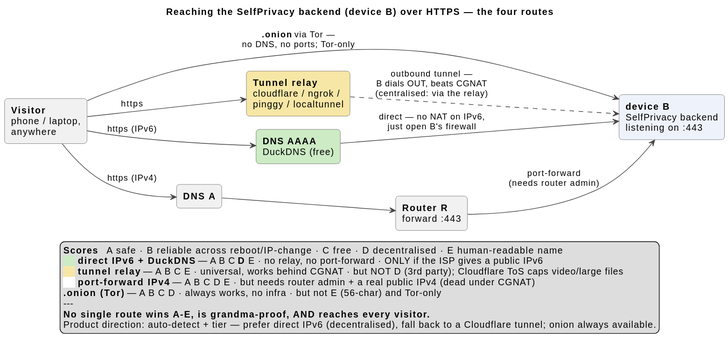
This is docs/tunneling.svg from selfprivacy-over-alternative-nets/dev-dashboard, a PlantUML export, as it was before one commit. Its source is kept beside it as docs/tunneling.puml.
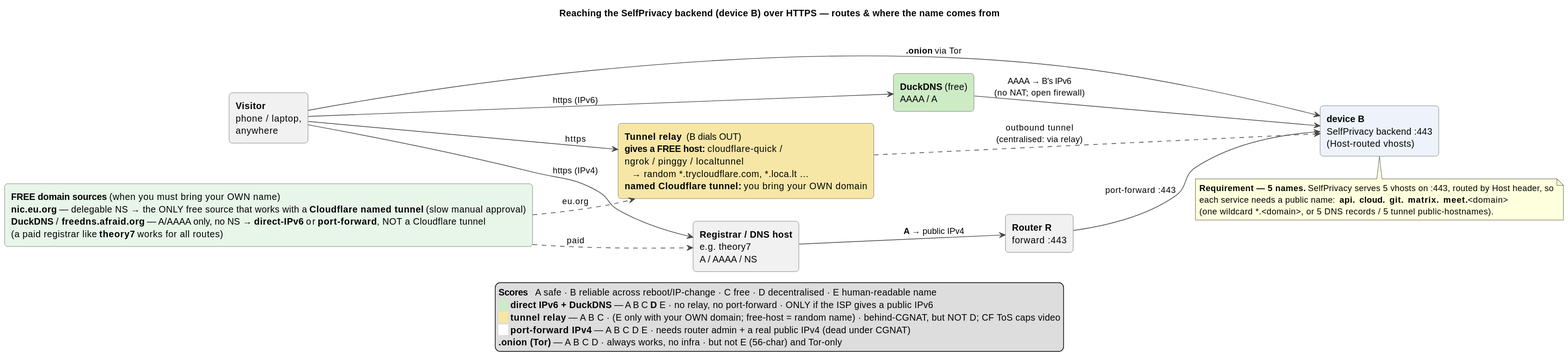
Later version of the same file.

Commit message:
tunneling diagram: A-record at a registrar (theory7); free-host vs own-domain tunnels; free-domain sources + 5 required subdomains

Diff of the diagram source:
```diff
@@ -1,5 +1,5 @@
 @startuml tunneling
-title Reaching the SelfPrivacy backend (device B) over HTTPS — the four routes
+title Reaching the SelfPrivacy backend (device B) over HTTPS — routes & where the name comes from
 
 skinparam shadowing false
 skinparam defaultFontName Helvetica
@@ -12,33 +12,40 @@
 left to right direction
 
 rectangle "**Visitor**\nphone / laptop,\nanywhere" as V
-rectangle "**device B**\nSelfPrivacy backend\nlistening on :443" as B #EEF3FB
+rectangle "**device B**\nSelfPrivacy backend :443\n(Host-routed vhosts)" as B #EEF3FB
 
-rectangle "**Tunnel relay**\ncloudflare / ngrok /\npinggy / localtunnel" as T #F7E7A6
-rectangle "**DNS AAAA**\nDuckDNS (free)" as D6 #CDEBC5
-rectangle "**DNS A**" as D4
+rectangle "**Tunnel relay**  (B dials OUT)\n**gives a FREE host:** cloudflare-quick /\nngrok / pinggy / localtunnel\n   → random *.trycloudflare.com, *.loca.lt …\n**named Cloudflare tunnel:** you bring your OWN domain" as T #F7E7A6
+rectangle "**DuckDNS** (free)\nAAAA / A" as DD #CDEBC5
+rectangle "**Registrar / DNS host**\ne.g. theory7\nA / AAAA / NS" as REG
 rectangle "**Router R**\nforward :443" as R
 
-V --> T : https
-T ..> B : outbound tunnel —\nB dials OUT, beats CGNAT\n(centralised: via the relay)
+V --> T  : https
+T ..> B  : outbound tunnel\n(centralised: via relay)
 
-V --> D6 : https (IPv6)
-D6 --> B : direct — no NAT on IPv6,\njust open B's firewall
+V --> DD : https (IPv6)
+DD --> B : AAAA → B's IPv6\n(no NAT; open firewall)
 
-V --> D4 : https (IPv4)
-D4 --> R
-R --> B : port-forward\n(needs router admin)
+V --> REG : https (IPv4)
+REG --> R : **A** → public IPv4
+R --> B   : port-forward :443
 
-V --> B : **.onion** via Tor —\nno DNS, no ports; Tor-only
+V --> B  : **.onion** via Tor
+
+note bottom of B
+  **Requirement — 5 names.** SelfPrivacy serves 5 vhosts on :443, routed by Host header, so
+  each service needs a public name:  **api.**  **cloud.**  **git.**  **matrix.**  **meet.**<domain>
+  (one wildcard *.<domain>, or 5 DNS records / 5 tunnel public-hostnames).
+end note
+
+rectangle "**FREE domain sources** (when you must bring your OWN name)\n**nic.eu.org** — delegable NS → the ONLY free source that works with a **Cloudflare named tunnel** (slow manual approval)\n**DuckDNS** / **freedns.afraid.org** — A/AAAA only, no NS → **direct-IPv6** or **port-forward**, NOT a Cloudflare tunnel\n(a paid registrar like **theory7** works for all routes)" as SRC #E8F5E9
+SRC ..> T   : eu.org
+SRC ..> REG : paid
 
 legend bottom
-<b>Scores</b>   A safe  ·  B reliable across reboot/IP-change  ·  C free  ·  D decentralised  ·  E human-readable name
+<b>Scores</b>   A safe · B reliable across reboot/IP-change · C free · D decentralised · E human-readable name
 <back:#CDEBC5>    </back> <b>direct IPv6 + DuckDNS</b> — A B C <b>D</b> E · no relay, no port-forward · ONLY if the ISP gives a public IPv6
-<back:#F7E7A6>    </back> <b>tunnel relay</b> — A B C E · universal, works behind CGNAT · but NOT D (3rd party); Cloudflare ToS caps video/large files
-<back:#FFFFFF>    </back> <b>port-forward IPv4</b> — A B C D E · but needs router admin + a real public IPv4 (dead under CGNAT)
+<back:#F7E7A6>    </back> <b>tunnel relay</b> — A B C · (E only with your OWN domain; free-host = random name) · behind-CGNAT, but NOT D; CF ToS caps video
+<back:#FFFFFF>    </back> <b>port-forward IPv4</b> — A B C D E · needs router admin + a real public IPv4 (dead under CGNAT)
 <b>.onion (Tor)</b> — A B C D · always works, no infra · but not E (56-char) and Tor-only
----
-<b>No single route wins A-E, is grandma-proof, AND reaches every visitor.</b>
-Product direction: auto-detect + tier — prefer direct IPv6 (decentralised), fall back to a Cloudflare tunnel; onion always available.
 endlegend
 @enduml
```
